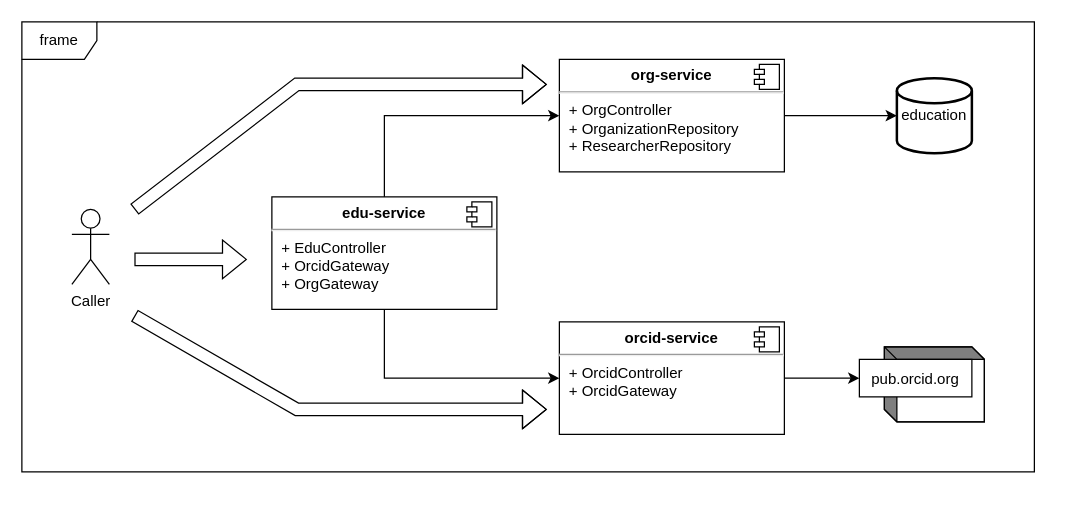
Before: page "component" (1 of 2) of education.drawio.xml in talis-fb/education, a draw.io diagram. Source tidied: cells renumbered, new cells numbered last; positions are measured from the earlier drawing's top-left corner, leaving out a move shared by most shapes. Both pictures are drawn from the tidied source at 125%, with x=0, y=0 at pixel (21, 21).
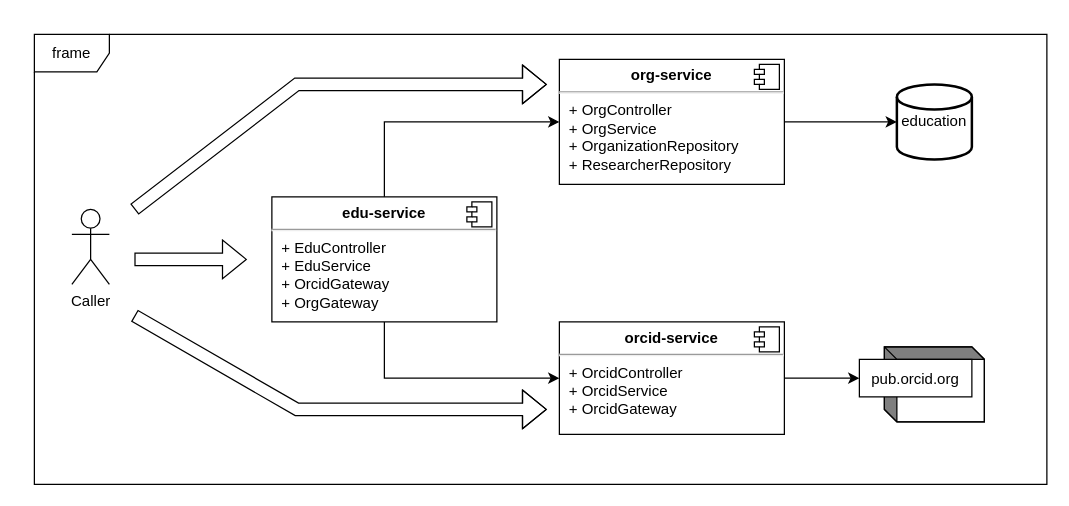
Above is the later version.

What changed in the source:
```diff
@@
-    <mxCell id="4" value="&lt;p style=&quot;margin:0px;margin-top:6px;text-align:center;&quot;&gt;&lt;b&gt;edu-service&lt;/b&gt;&lt;/p&gt;&lt;hr&gt;&lt;p style=&quot;margin:0px;margin-left:8px;&quot;&gt;+ EduController&lt;br&gt;+ OrcidGateway&lt;/p&gt;&lt;p style=&quot;margin:0px;margin-left:8px;&quot;&gt;+ OrgGateway&lt;/p&gt;" style="align=left;overflow=fill;html=1;" parent="1" vertex="1">
-      <mxGeometry x="200" y="140" width="180" height="90" as="geometry" />
+    <mxCell id="4" value="&lt;p style=&quot;margin:0px;margin-top:6px;text-align:center;&quot;&gt;&lt;b&gt;edu-service&lt;/b&gt;&lt;/p&gt;&lt;hr&gt;&lt;p style=&quot;margin:0px;margin-left:8px;&quot;&gt;+ EduController&lt;/p&gt;&lt;p style=&quot;margin:0px;margin-left:8px;&quot;&gt;+ EduService&lt;br&gt;+ OrcidGateway&lt;/p&gt;&lt;p style=&quot;margin:0px;margin-left:8px;&quot;&gt;+ OrgGateway&lt;/p&gt;" style="align=left;overflow=fill;html=1;" parent="1" vertex="1">
+      <mxGeometry x="200" y="140" width="180" height="100" as="geometry" />
     </mxCell>
@@
-    <mxCell id="7" value="&lt;p style=&quot;margin:0px;margin-top:6px;text-align:center;&quot;&gt;&lt;b&gt;org-service&lt;/b&gt;&lt;/p&gt;&lt;hr&gt;&lt;p style=&quot;margin:0px;margin-left:8px;&quot;&gt;+ OrgController&lt;br&gt;+ OrganizationRepository&lt;/p&gt;&lt;p style=&quot;margin:0px;margin-left:8px;&quot;&gt;+ ResearcherRepository&lt;/p&gt;" style="align=left;overflow=fill;html=1;" parent="1" vertex="1">
-      <mxGeometry x="430" y="30" width="180" height="90" as="geometry" />
+    <mxCell id="7" value="&lt;p style=&quot;margin:0px;margin-top:6px;text-align:center;&quot;&gt;&lt;b&gt;org-service&lt;/b&gt;&lt;/p&gt;&lt;hr&gt;&lt;p style=&quot;margin:0px;margin-left:8px;&quot;&gt;+ OrgController&lt;/p&gt;&lt;p style=&quot;margin:0px;margin-left:8px;&quot;&gt;+ OrgService&lt;br&gt;+ OrganizationRepository&lt;/p&gt;&lt;p style=&quot;margin:0px;margin-left:8px;&quot;&gt;+ ResearcherRepository&lt;/p&gt;" style="align=left;overflow=fill;html=1;" parent="1" vertex="1">
+      <mxGeometry x="430" y="30" width="180" height="100" as="geometry" />
     </mxCell>
@@
-    <mxCell id="10" value="&lt;p style=&quot;margin:0px;margin-top:6px;text-align:center;&quot;&gt;&lt;b&gt;orcid-service&lt;/b&gt;&lt;/p&gt;&lt;hr&gt;&lt;p style=&quot;margin:0px;margin-left:8px;&quot;&gt;+ OrcidController&lt;br&gt;+ OrcidGateway&lt;/p&gt;" style="align=left;overflow=fill;html=1;" parent="1" vertex="1">
+    <mxCell id="10" value="&lt;p style=&quot;margin:0px;margin-top:6px;text-align:center;&quot;&gt;&lt;b&gt;orcid-service&lt;/b&gt;&lt;/p&gt;&lt;hr&gt;&lt;p style=&quot;margin:0px;margin-left:8px;&quot;&gt;+ OrcidController&lt;br&gt;+ OrcidService&lt;br&gt;+ OrcidGateway&lt;/p&gt;" style="align=left;overflow=fill;html=1;" parent="1" vertex="1">
       <mxGeometry x="430" y="240" width="180" height="90" as="geometry" />
     </mxCell>
@@
     <mxCell id="12" value="education" style="strokeWidth=2;html=1;shape=mxgraph.flowchart.database;whiteSpace=wrap;" parent="1" vertex="1">
-      <mxGeometry x="700" y="45" width="60" height="60" as="geometry" />
+      <mxGeometry x="700" y="50" width="60" height="60" as="geometry" />
     </mxCell>
@@
+    <mxCell id="19" value="frame" style="shape=umlFrame;whiteSpace=wrap;html=1;" parent="1" vertex="1">
+      <mxGeometry x="10" y="10" width="810" height="360" as="geometry" />
+    </mxCell>
@@
-    <mxCell id="19" value="frame" style="shape=umlFrame;whiteSpace=wrap;html=1;" parent="1" vertex="1">
-      <mxGeometry width="810" height="360" as="geometry" />
-    </mxCell>
```
